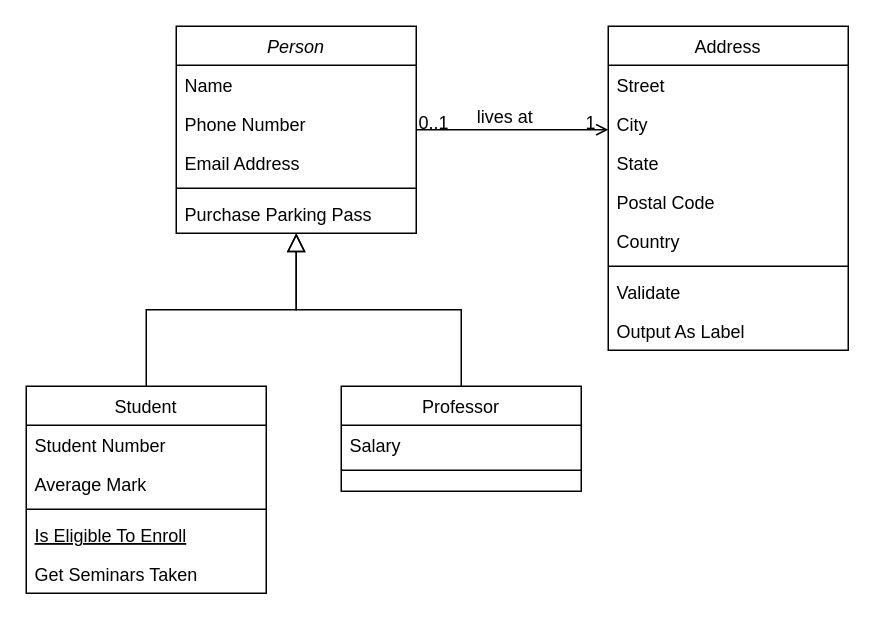
Earlier version of the draw.io diagram Dokumentation/ERP-Labor_Finanzbuchhaltung.drawio (chnnet/erp-labor). Source tidied: cells renumbered, new cells numbered last; positions are measured from the earlier drawing's top-left corner, leaving out a move shared by most shapes. Both pictures are drawn from the tidied source at 150%, with x=0, y=0 at pixel (26, 26).
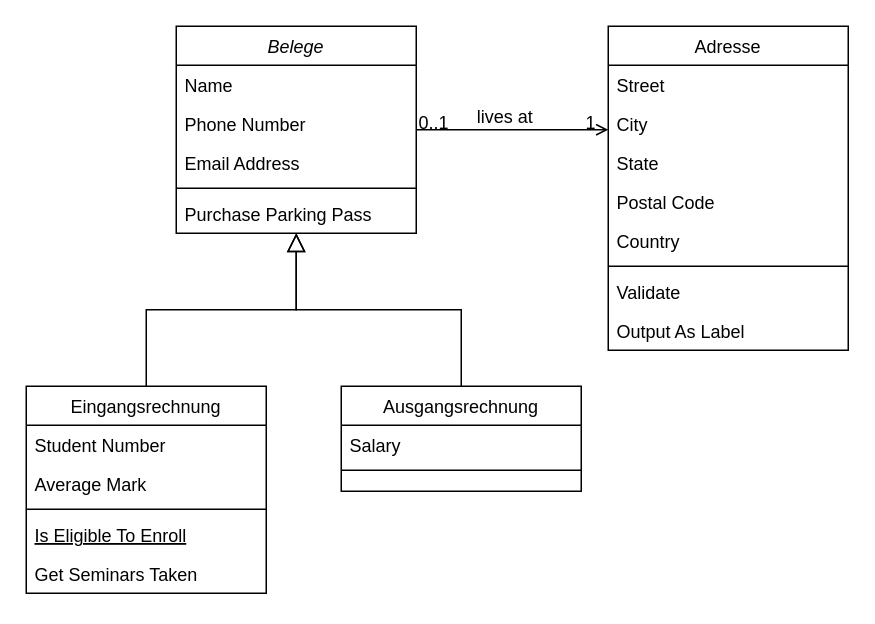
The same diagram, later.

What changed in the source:
```diff
@@
-    <mxCell id="2" value="Person" style="swimlane;fontStyle=2;align=center;verticalAlign=top;horizontal=1;startSize=26;rounded=0;shadow=0;strokeWidth=1;" parent="1" vertex="1">
+    <mxCell id="2" value="Belege" style="swimlane;fontStyle=2;align=center;verticalAlign=top;horizontal=1;startSize=26;rounded=0;shadow=0;strokeWidth=1;" parent="1" vertex="1">
       <mxGeometry x="100" width="160" height="138" as="geometry" />
     </mxCell>
@@
-    <mxCell id="8" value="Student" style="swimlane;fontStyle=0;align=center;verticalAlign=top;horizontal=1;startSize=26;rounded=0;shadow=0;strokeWidth=1;" parent="1" vertex="1">
+    <mxCell id="8" value="Eingangsrechnung" style="swimlane;fontStyle=0;align=center;verticalAlign=top;horizontal=1;startSize=26;rounded=0;shadow=0;strokeWidth=1;" parent="1" vertex="1">
       <mxGeometry y="240" width="160" height="138" as="geometry" />
     </mxCell>
@@
-    <mxCell id="15" value="Professor" style="swimlane;fontStyle=0;align=center;verticalAlign=top;horizontal=1;startSize=26;rounded=0;shadow=0;strokeWidth=1;" parent="1" vertex="1">
+    <mxCell id="15" value="Ausgangsrechnung" style="swimlane;fontStyle=0;align=center;verticalAlign=top;horizontal=1;startSize=26;rounded=0;shadow=0;strokeWidth=1;" parent="1" vertex="1">
       <mxGeometry x="210" y="240" width="160" height="70" as="geometry" />
     </mxCell>
@@
-    <mxCell id="19" value="Address" style="swimlane;fontStyle=0;align=center;verticalAlign=top;horizontal=1;startSize=26;rounded=0;shadow=0;strokeWidth=1;" parent="1" vertex="1">
+    <mxCell id="19" value="Adresse" style="swimlane;fontStyle=0;align=center;verticalAlign=top;horizontal=1;startSize=26;rounded=0;shadow=0;strokeWidth=1;" parent="1" vertex="1">
       <mxGeometry x="388" width="160" height="216" as="geometry" />
     </mxCell>
```
